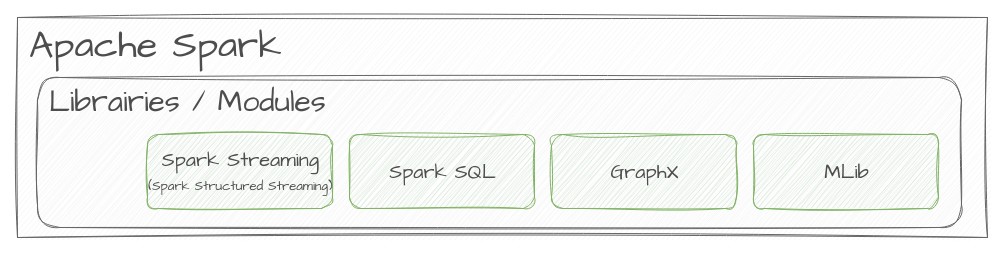
mauvaisetroupe/architech keeps this draw.io diagram as page "spark-components-02" (4 of 8) of content/en/knowledgebase/bigdata/spark/spark.drawio. Above is the earlier version. Source tidied: cells renumbered, new cells numbered last; positions are measured from the earlier drawing's top-left corner, leaving out a move shared by most shapes. Both pictures are drawn from the tidied source at 100%, with x=0, y=0 at pixel (17, 17).
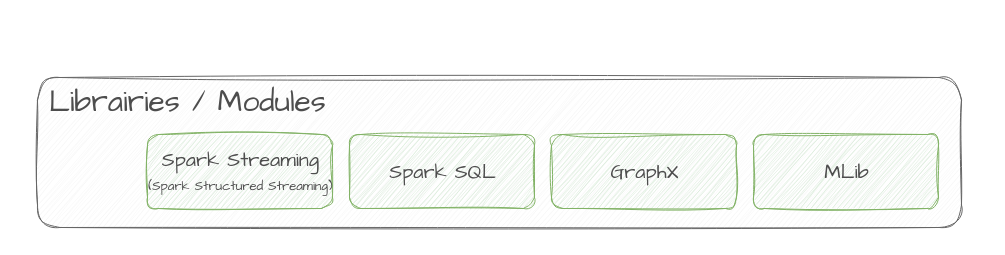
Above is the later version.

Commit message (it also covers changes not shown here):
spark hands-on

What changed in the source:
```diff
@@
 <mxGraphModel>
   <root>
     <mxCell id="0" />
     <mxCell id="1" parent="0" />
-    <mxCell id="2" value="Apache Spark" style="rounded=0;whiteSpace=wrap;html=1;hachureGap=4;fontFamily=Architects Daughter;fontSize=38;align=left;spacingLeft=10;verticalAlign=top;fillColor=#f5f5f5;fontColor=#4D4D4D;strokeColor=#666666;fontStyle=0;sketch=1;curveFitting=1;jiggle=2;" parent="1" vertex="1">
-      <mxGeometry width="970" height="220" as="geometry" />
-    </mxCell>
     <mxCell id="3" value="Librairies / Modules" style="rounded=1;whiteSpace=wrap;html=1;hachureGap=4;fontFamily=Architects Daughter;fontSize=30;align=left;spacingLeft=10;sketch=1;curveFitting=1;jiggle=2;fillColor=#f5f5f5;strokeColor=#666666;verticalAlign=top;fontColor=#4D4D4D;fontStyle=0;strokeWidth=1;" parent="1" vertex="1">
       <mxGeometry x="20" y="60" width="924" height="150" as="geometry" />
     </mxCell>
     <mxCell id="4" value="Spark SQL" style="rounded=1;html=1;sketch=1;hachureGap=4;jiggle=2;curveFitting=1;fontFamily=Architects Daughter;fontSize=20;fillColor=#d5e8d4;strokeColor=#82b366;fontColor=#4D4D4D;" parent="1" vertex="1">
       <mxGeometry x="332" y="117" width="185" height="74" as="geometry" />
     </mxCell>
     <mxCell id="5" value="MLib" style="rounded=1;html=1;sketch=1;hachureGap=4;jiggle=2;curveFitting=1;fontFamily=Architects Daughter;fontSize=20;fillColor=#d5e8d4;strokeColor=#82b366;fontColor=#4D4D4D;" parent="1" vertex="1">
       <mxGeometry x="736" y="117" width="185" height="74" as="geometry" />
     </mxCell>
     <mxCell id="6" value="GraphX" style="rounded=1;html=1;sketch=1;hachureGap=4;jiggle=2;curveFitting=1;fontFamily=Architects Daughter;fontSize=20;fillColor=#d5e8d4;strokeColor=#82b366;fontColor=#4D4D4D;" parent="1" vertex="1">
       <mxGeometry x="534" y="117" width="185" height="74" as="geometry" />
     </mxCell>
     <mxCell id="7" value="Spark Streaming&lt;br&gt;&lt;font style=&quot;font-size: 13px;&quot;&gt;(Spark Structured Streaming)&lt;/font&gt;" style="rounded=1;html=1;sketch=1;hachureGap=4;jiggle=2;curveFitting=1;fontFamily=Architects Daughter;fontSize=20;fillColor=#d5e8d4;strokeColor=#82b366;fontColor=#4D4D4D;" parent="1" vertex="1">
       <mxGeometry x="130" y="117" width="185" height="74" as="geometry" />
     </mxCell>
   </root>
 </mxGraphModel>
```
